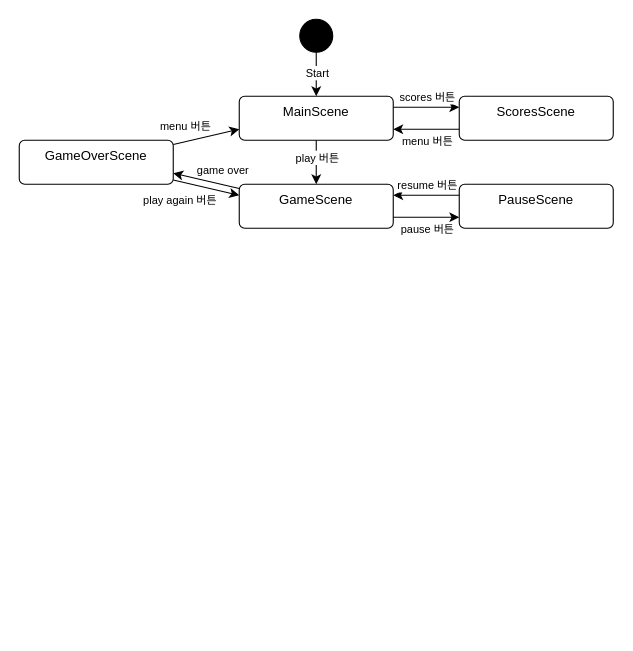
Jirung-E/DoodleJump keeps this draw.io diagram as diagrams/scene_change.drawio. Above is the earlier version. Source tidied: cells renumbered, new cells numbered last; positions are measured from the earlier drawing's top-left corner, leaving out a move shared by most shapes. Both pictures are drawn from the tidied source at 110%, with x=0, y=0 at pixel (19, 19).
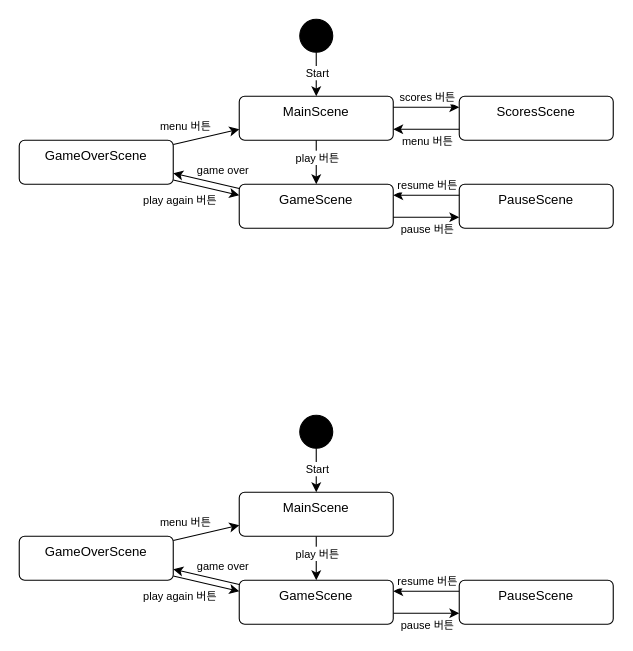
The same diagram, later.

Diff of the diagram source:
```diff
@@
+    <mxCell id="26" style="edgeStyle=none;html=1;exitX=0.5;exitY=1;exitDx=0;exitDy=0;" parent="1" edge="1" source="44" target="40">
+      <mxGeometry relative="1" as="geometry" />
+    </mxCell>
+    <mxCell id="27" value="&lt;font style=&quot;font-size: 10px;&quot;&gt;Start&lt;/font&gt;" style="edgeLabel;html=1;align=center;verticalAlign=middle;" parent="26" vertex="1">
+      <mxGeometry x="-0.1" y="1" relative="1" as="geometry">
+        <mxPoint x="-1" as="offset" />
+      </mxGeometry>
+    </mxCell>
+    <mxCell id="28" style="endArrow=classic;html=1;entryX=1;entryY=0.75;entryDx=0;entryDy=0;" parent="1" edge="1" source="41" target="43">
+      <mxGeometry relative="1" as="geometry" />
+    </mxCell>
+    <mxCell id="29" value="&lt;font style=&quot;font-size: 10px;&quot;&gt;game over&lt;/font&gt;" style="edgeLabel;html=1;align=center;verticalAlign=middle;" parent="28" vertex="1">
+      <mxGeometry relative="1" as="geometry">
+        <mxPoint x="15" y="-10" as="offset" />
+      </mxGeometry>
+    </mxCell>
+    <mxCell id="30" style="endArrow=classic;html=1;exitX=1;exitY=0.75;exitDx=0;exitDy=0;entryX=0;entryY=0.75;entryDx=0;entryDy=0;" parent="1" edge="1" source="41" target="42">
+      <mxGeometry relative="1" as="geometry" />
+    </mxCell>
+    <mxCell id="31" value="&lt;font style=&quot;font-size: 10px;&quot;&gt;pause 버튼&lt;/font&gt;" style="edgeLabel;html=1;align=center;verticalAlign=middle;" parent="30" vertex="1">
+      <mxGeometry relative="1" as="geometry">
+        <mxPoint y="10" as="offset" />
+      </mxGeometry>
+    </mxCell>
+    <mxCell id="32" style="endArrow=classic;html=1;exitX=0;exitY=0.25;exitDx=0;exitDy=0;entryX=1;entryY=0.25;entryDx=0;entryDy=0;" parent="1" edge="1" source="42" target="41">
+      <mxGeometry relative="1" as="geometry" />
+    </mxCell>
+    <mxCell id="33" value="&lt;font style=&quot;font-size: 10px;&quot;&gt;resume 버튼&lt;/font&gt;" style="edgeLabel;html=1;align=center;verticalAlign=middle;" parent="32" vertex="1">
+      <mxGeometry relative="1" as="geometry">
+        <mxPoint y="-10" as="offset" />
+      </mxGeometry>
+    </mxCell>
+    <mxCell id="34" style="endArrow=classic;html=1;" parent="1" edge="1" source="40" target="41">
+      <mxGeometry relative="1" as="geometry" />
+    </mxCell>
+    <mxCell id="35" value="&lt;font style=&quot;font-size: 10px;&quot;&gt;play 버튼&lt;/font&gt;" style="edgeLabel;html=1;align=center;verticalAlign=middle;" parent="34" vertex="1">
+      <mxGeometry relative="1" as="geometry">
+        <mxPoint y="-5" as="offset" />
+      </mxGeometry>
+    </mxCell>
+    <mxCell id="36" style="endArrow=classic;html=1;entryX=0;entryY=0.25;entryDx=0;entryDy=0;" parent="1" edge="1" source="43" target="41">
+      <mxGeometry relative="1" as="geometry" />
+    </mxCell>
+    <mxCell id="37" value="&lt;font style=&quot;font-size: 10px;&quot;&gt;play again 버튼&lt;/font&gt;" style="edgeLabel;html=1;align=center;verticalAlign=middle;" parent="36" vertex="1">
+      <mxGeometry relative="1" as="geometry">
+        <mxPoint x="-25" y="10" as="offset" />
+      </mxGeometry>
+    </mxCell>
+    <mxCell id="38" style="endArrow=classic;html=1;entryX=0;entryY=0.75;entryDx=0;entryDy=0;" parent="1" edge="1" source="43" target="40">
+      <mxGeometry relative="1" as="geometry" />
+    </mxCell>
+    <mxCell id="39" value="&lt;font style=&quot;font-size: 10px;&quot;&gt;menu 버튼&lt;/font&gt;" style="edgeLabel;html=1;align=center;verticalAlign=middle;" parent="38" vertex="1">
+      <mxGeometry relative="1" as="geometry">
+        <mxPoint x="-20" y="-10" as="offset" />
+      </mxGeometry>
+    </mxCell>
+    <mxCell id="40" value="MainScene" style="html=1;align=center;verticalAlign=top;rounded=1;absoluteArcSize=1;arcSize=10;dashed=0;whiteSpace=wrap;" parent="1" vertex="1">
+      <mxGeometry x="200" y="430" width="140" height="40" as="geometry" />
+    </mxCell>
+    <mxCell id="41" value="GameScene" style="html=1;align=center;verticalAlign=top;rounded=1;absoluteArcSize=1;arcSize=10;dashed=0;whiteSpace=wrap;" parent="1" vertex="1">
+      <mxGeometry x="200" y="510" width="140" height="40" as="geometry" />
+    </mxCell>
+    <mxCell id="42" value="PauseScene" style="html=1;align=center;verticalAlign=top;rounded=1;absoluteArcSize=1;arcSize=10;dashed=0;whiteSpace=wrap;" parent="1" vertex="1">
+      <mxGeometry x="400" y="510" width="140" height="40" as="geometry" />
+    </mxCell>
+    <mxCell id="43" value="GameOverScene" style="html=1;align=center;verticalAlign=top;rounded=1;absoluteArcSize=1;arcSize=10;dashed=0;whiteSpace=wrap;" parent="1" vertex="1">
+      <mxGeometry y="470" width="140" height="40" as="geometry" />
+    </mxCell>
+    <mxCell id="44" style="ellipse;fillColor=strokeColor;html=1;" parent="1" vertex="1">
+      <mxGeometry x="255" y="360" width="30" height="30" as="geometry" />
+    </mxCell>
```
